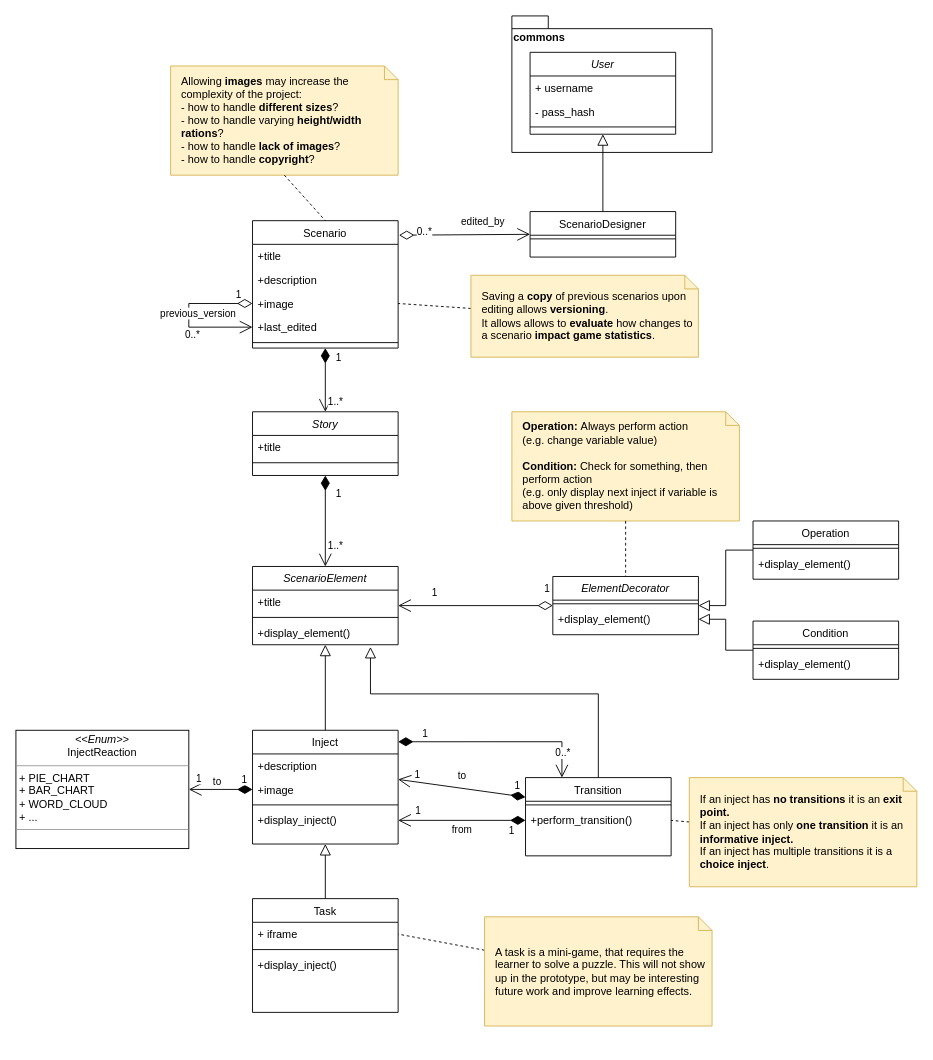
This is page "Scenario_Design" (2 of 5) of artefacts/concept-1.0/diagrams/class diagram.drawio from Elias-Ladenburger/CSEP, a draw.io file, before an edit. Source tidied: cells renumbered, new cells numbered last; positions are measured from the earlier drawing's top-left corner, leaving out a move shared by most shapes. Both pictures are drawn from the tidied source at 91%, with x=0, y=0 at pixel (15, 15).
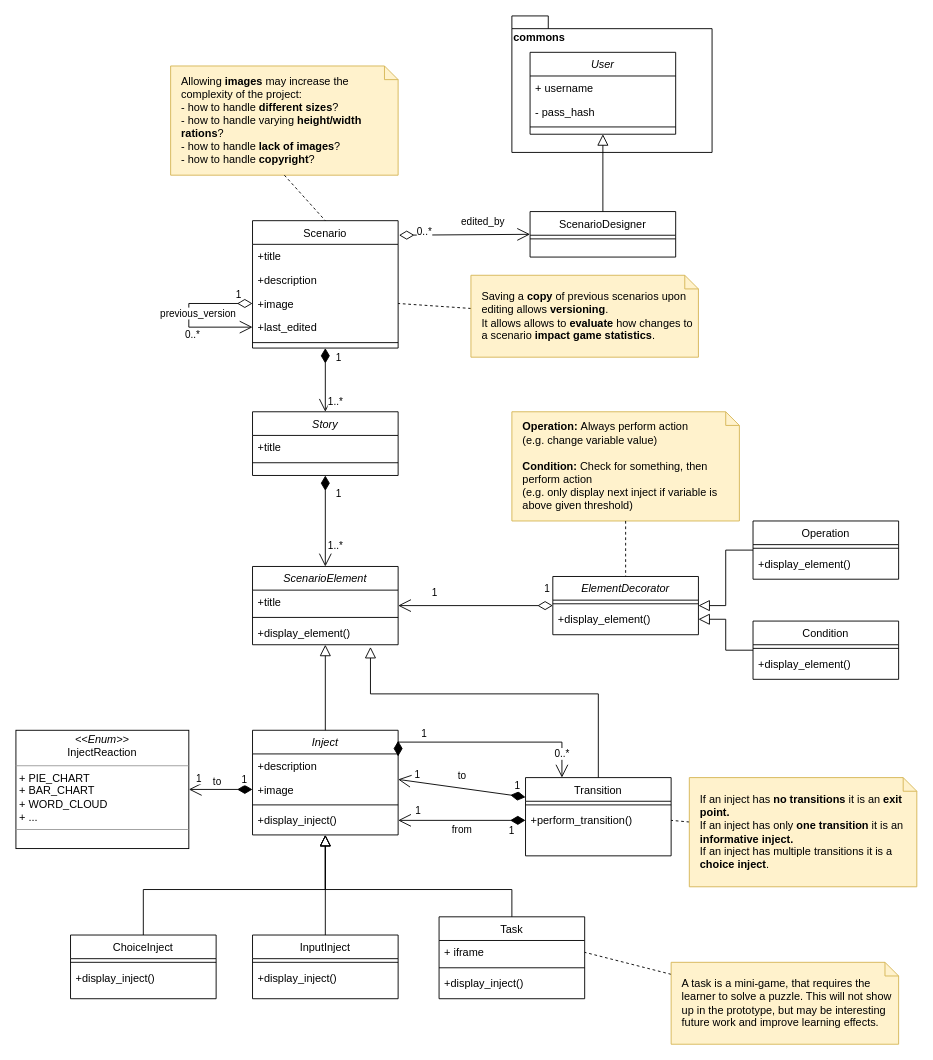
The same page after the edit.

Commit message:
Differentiate InputInject and ChoiceInject

The edit, as a diff of the source:
```diff
@@
-    <mxCell id="11" value="Inject" style="swimlane;fontStyle=0;align=center;verticalAlign=top;horizontal=1;startSize=26;rounded=0;shadow=0;strokeWidth=1;" parent="1" vertex="1">
-      <mxGeometry x="260" y="785" width="160" height="125" as="geometry" />
+    <mxCell id="11" value="Inject" style="swimlane;fontStyle=2;align=center;verticalAlign=top;horizontal=1;startSize=26;rounded=0;shadow=0;strokeWidth=1;" parent="1" vertex="1">
+      <mxGeometry x="260" y="785" width="160" height="115" as="geometry" />
     </mxCell>
@@
     <mxCell id="72" value="Task" style="swimlane;fontStyle=0;align=center;verticalAlign=top;horizontal=1;startSize=26;rounded=0;shadow=0;strokeWidth=1;" parent="1" vertex="1">
-      <mxGeometry x="260" y="970" width="160" height="125" as="geometry" />
+      <mxGeometry x="465" y="990" width="160" height="90" as="geometry" />
     </mxCell>
@@
-    <mxCell id="76" style="endArrow=block;endSize=10;endFill=0;shadow=0;strokeWidth=1;rounded=0;elbow=vertical;entryX=0.5;entryY=1;entryDx=0;entryDy=0;exitX=0.5;exitY=0;exitDx=0;exitDy=0;" parent="1" edge="1" source="72" target="11">
-      <mxGeometry relative="1" as="geometry" />
+    <mxCell id="76" style="endArrow=block;endSize=10;endFill=0;shadow=0;strokeWidth=1;rounded=0;elbow=vertical;entryX=0.5;entryY=1;entryDx=0;entryDy=0;exitX=0.5;exitY=0;exitDx=0;exitDy=0;edgeStyle=orthogonalEdgeStyle;" parent="1" edge="1" source="72" target="11">
+      <mxGeometry relative="1" as="geometry">
+        <Array as="points">
+          <mxPoint x="545" y="960" />
+          <mxPoint x="340" y="960" />
+        </Array>
+      </mxGeometry>
     </mxCell>
@@
     <mxCell id="78" value="A task is a mini-game, that requires the learner to solve a puzzle. This will not show up in the prototype, but may be interesting future work and improve learning effects." style="shape=note;size=15;align=left;spacingLeft=10;html=1;whiteSpace=wrap;fillColor=#fff2cc;strokeColor=#d6b656;" parent="1" vertex="1">
-      <mxGeometry x="515" y="990" width="250" height="120" as="geometry" />
+      <mxGeometry x="720" y="1040" width="250" height="90" as="geometry" />
     </mxCell>
@@
+    <mxCell id="84" value="InputInject" style="swimlane;fontStyle=0;align=center;verticalAlign=top;horizontal=1;startSize=26;rounded=0;shadow=0;strokeWidth=1;" parent="1" vertex="1">
+      <mxGeometry x="260" y="1010" width="160" height="70" as="geometry" />
+    </mxCell>
+    <mxCell id="85" style="line;html=1;strokeWidth=1;align=left;verticalAlign=middle;spacingTop=-1;spacingLeft=3;spacingRight=3;labelPosition=right;" parent="84" vertex="1">
+      <mxGeometry y="26" width="160" height="8" as="geometry" />
+    </mxCell>
+    <mxCell id="86" value="+display_inject()" style="text;align=left;verticalAlign=top;spacingLeft=4;spacingRight=4;overflow=hidden;rounded=0;shadow=0;html=0;" parent="84" vertex="1">
+      <mxGeometry y="34" width="160" height="26" as="geometry" />
+    </mxCell>
+    <mxCell id="87" style="endArrow=block;endSize=10;endFill=0;shadow=0;strokeWidth=1;rounded=0;elbow=vertical;exitX=0.5;exitY=0;exitDx=0;exitDy=0;" parent="1" edge="1" source="84">
+      <mxGeometry relative="1" as="geometry">
+        <mxPoint x="340" y="900" as="targetPoint" />
+      </mxGeometry>
+    </mxCell>
+    <mxCell id="88" value="ChoiceInject" style="swimlane;fontStyle=0;align=center;verticalAlign=top;horizontal=1;startSize=26;rounded=0;shadow=0;strokeWidth=1;" parent="1" vertex="1">
+      <mxGeometry x="60" y="1010" width="160" height="70" as="geometry" />
+    </mxCell>
+    <mxCell id="89" style="line;html=1;strokeWidth=1;align=left;verticalAlign=middle;spacingTop=-1;spacingLeft=3;spacingRight=3;labelPosition=right;" parent="88" vertex="1">
+      <mxGeometry y="26" width="160" height="8" as="geometry" />
+    </mxCell>
+    <mxCell id="90" value="+display_inject()" style="text;align=left;verticalAlign=top;spacingLeft=4;spacingRight=4;overflow=hidden;rounded=0;shadow=0;html=0;" parent="88" vertex="1">
+      <mxGeometry y="34" width="160" height="26" as="geometry" />
+    </mxCell>
+    <mxCell id="91" style="endArrow=block;endSize=10;endFill=0;shadow=0;strokeWidth=1;rounded=0;elbow=vertical;exitX=0.5;exitY=0;exitDx=0;exitDy=0;edgeStyle=orthogonalEdgeStyle;" parent="1" edge="1" source="88">
+      <mxGeometry relative="1" as="geometry">
+        <mxPoint x="340" y="900" as="targetPoint" />
+        <Array as="points">
+          <mxPoint x="140" y="960" />
+          <mxPoint x="340" y="960" />
+        </Array>
+      </mxGeometry>
+    </mxCell>
```
